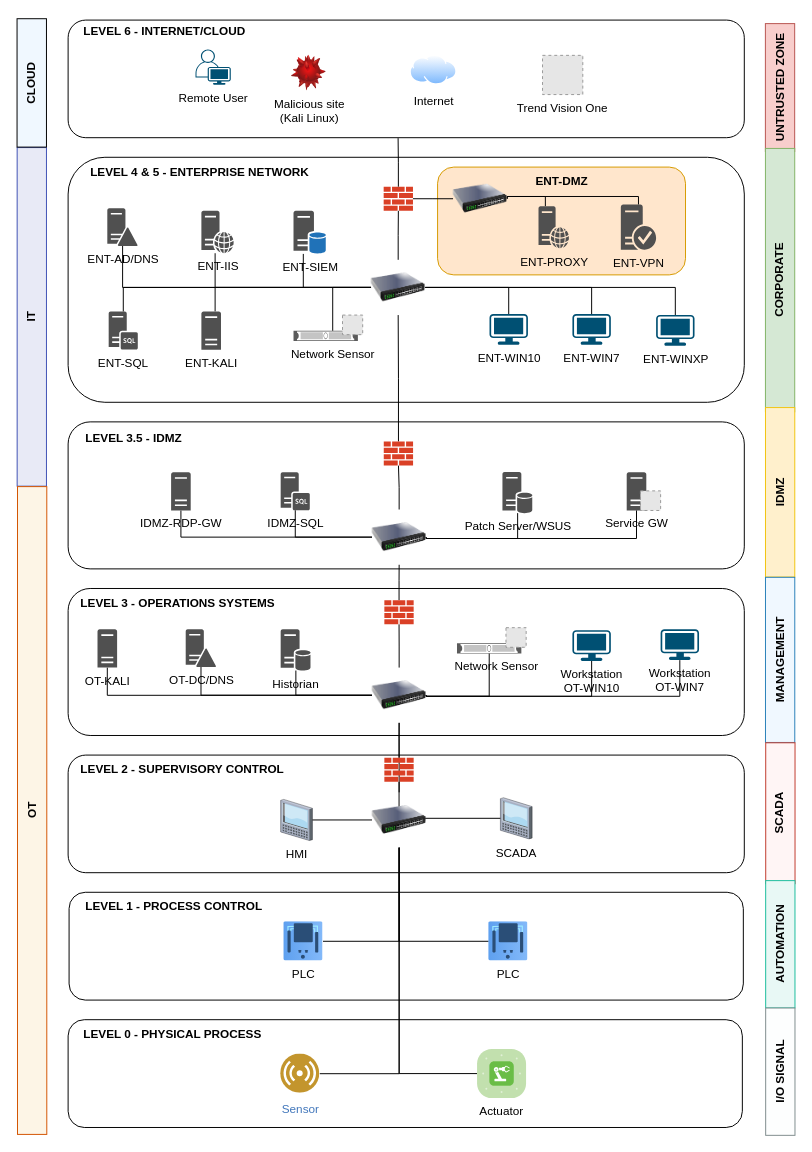
Earlier version of the draw.io diagram architecture_diagram.drawio (jeromet2020/ics-ot-lab). Source tidied: cells renumbered, new cells numbered last; positions are measured from the earlier drawing's top-left corner, leaving out a move shared by most shapes. Both pictures are drawn from the tidied source at 98%, with x=0, y=0 at pixel (-292, 17). Pictures stored in the file or linked from it are replaced by grey dashed boxes.
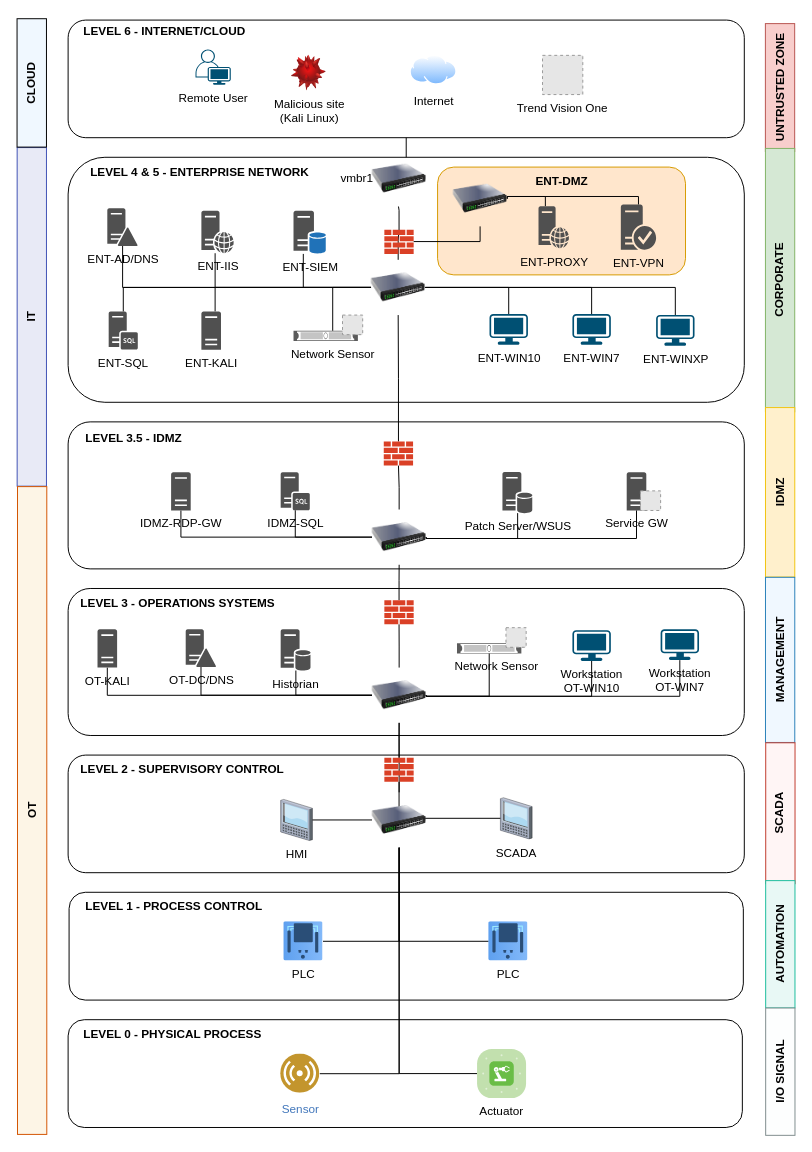
The same page after the edit.

Unchanged cells that the change refers to:
```xml
<mxCell id="6" style="rounded=1;whiteSpace=wrap;html=1;" parent="1" vertex="1">
  <mxGeometry x="367" y="3" width="690" height="120" as="geometry" />
</mxCell>
<mxCell id="51" style="image;html=1;image=img/lib/clip_art/networking/Switch_128x128.png;" parent="1" vertex="1">
  <mxGeometry x="759.8" y="157.1" width="55.3" height="56.4" as="geometry" />
</mxCell>
```

The edit, as a diff of the source:
```diff
@@
     <mxCell id="42" style="sketch=0;shadow=0;dashed=0;html=1;strokeColor=none;labelPosition=center;verticalLabelPosition=bottom;verticalAlign=top;outlineConnect=0;align=center;shape=mxgraph.office.concepts.firewall;fillColor=#DA4026;" parent="1" vertex="1">
-      <mxGeometry x="689" y="173" width="29.9" height="24.6" as="geometry" />
+      <mxGeometry x="689.7" y="217" width="29.9" height="24.6" as="geometry" />
     </mxCell>
@@
     <mxCell id="50" style="edgeStyle=orthogonalEdgeStyle;rounded=0;jettySize=auto;html=1;endArrow=none;startFill=0;" parent="1" edge="1" source="51" target="42">
-      <mxGeometry relative="1" as="geometry" />
+      <mxGeometry relative="1" as="geometry">
+        <Array as="points">
+          <mxPoint x="788" y="229" />
+        </Array>
+      </mxGeometry>
     </mxCell>
@@
-    <mxCell id="56" style="edgeStyle=orthogonalEdgeStyle;rounded=0;jettySize=auto;html=1;entryX=0.488;entryY=1.004;entryDx=0;entryDy=0;entryPerimeter=0;endArrow=none;startFill=0;" parent="1" edge="1" source="42" target="6">
-      <mxGeometry relative="1" as="geometry" />
-    </mxCell>
@@
+    <mxCell id="110" style="edgeStyle=orthogonalEdgeStyle;rounded=0;jettySize=auto;html=1;entryX=0.488;entryY=1.004;entryDx=0;entryDy=0;entryPerimeter=0;endArrow=none;startFill=0;" parent="1" edge="1" source="42" target="111">
+      <mxGeometry relative="1" as="geometry" />
+    </mxCell>
+    <mxCell id="111" style="image;html=1;image=img/lib/clip_art/networking/Switch_128x128.png;" parent="1" vertex="1">
+      <mxGeometry x="677.1" y="136.6" width="55.3" height="56.4" as="geometry" />
+    </mxCell>
+    <mxCell id="112" style="endArrow=none;html=1;rounded=0;entryX=0.5;entryY=1;entryDx=0;entryDy=0;" parent="1" edge="1" target="6">
+      <mxGeometry relative="1" as="geometry">
+        <mxPoint x="712" y="143" as="sourcePoint" />
+      </mxGeometry>
+    </mxCell>
+    <mxCell id="113" value="vmbr1" style="text;html=1;align=center;verticalAlign=middle;whiteSpace=wrap;rounded=0;" parent="1" vertex="1">
+      <mxGeometry x="632" y="149.8" width="60" height="30" as="geometry" />
+    </mxCell>
```
